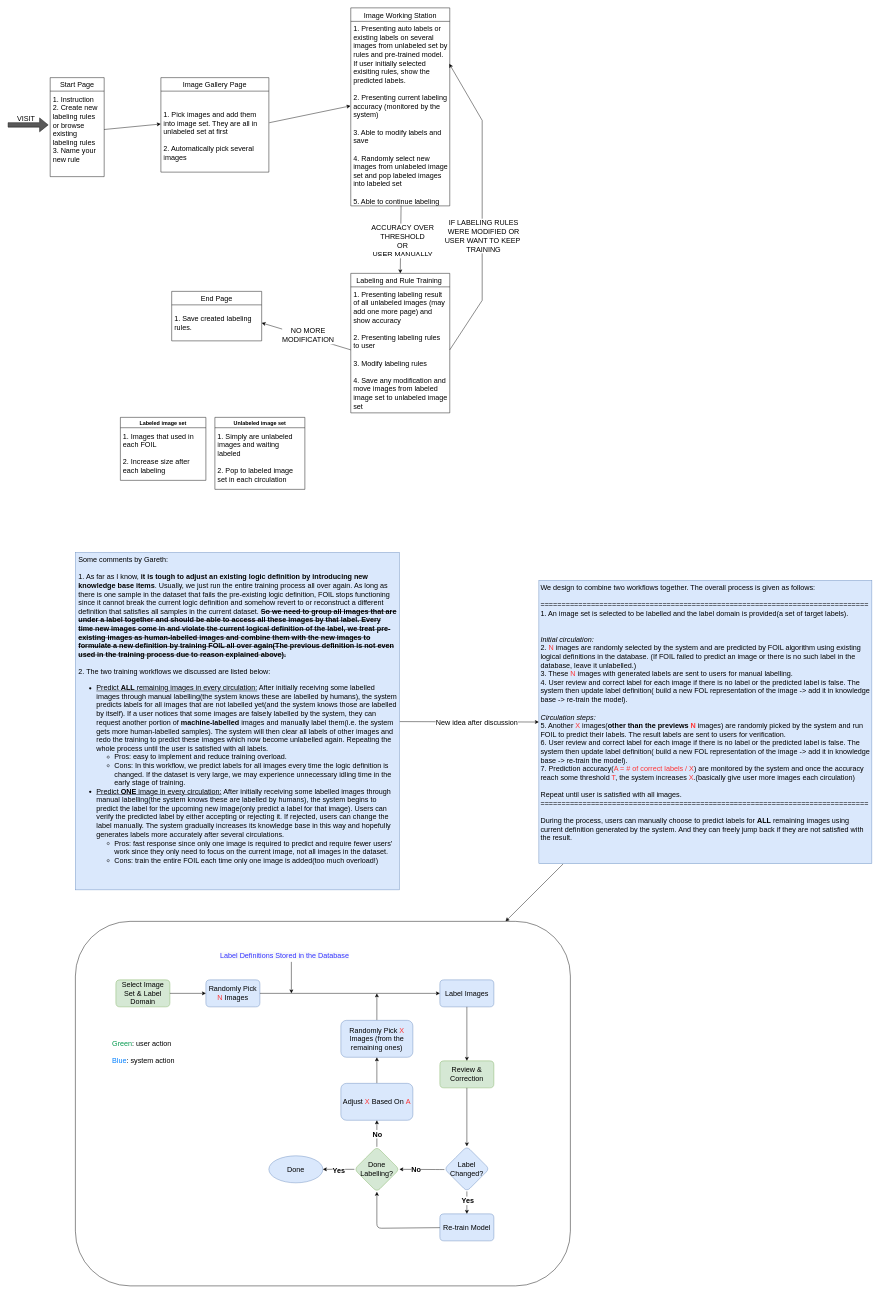
Before: page "Scratch" (5 of 5) of architecture.drawio in Neural-Symbolic-Image-Labeling/NSILWeb, a draw.io diagram. Source tidied: cells renumbered, new cells numbered last; positions are measured from the earlier drawing's top-left corner, leaving out a move shared by most shapes. Both pictures are drawn from the tidied source at 45%, with x=0, y=0 at pixel (8, 8).
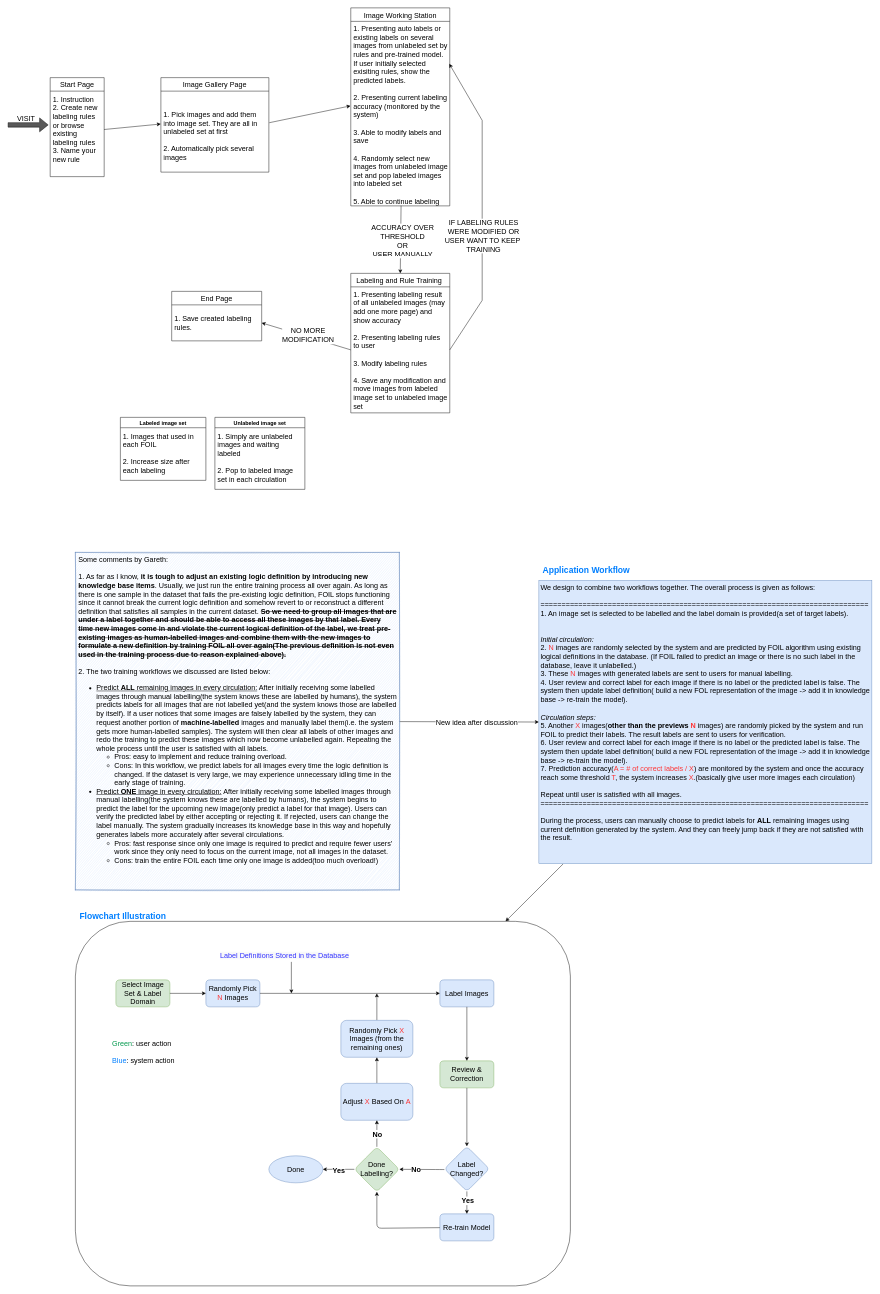
The same page after the edit.

Change to the diagram source:
```diff
@@
-    <mxCell id="30" value="&lt;div style=&quot;font-size: 16px&quot;&gt;&lt;font style=&quot;font-size: 16px&quot;&gt;Some comments by Gareth:&lt;/font&gt;&lt;/div&gt;&lt;div style=&quot;font-size: 16px&quot;&gt;&lt;font style=&quot;font-size: 16px&quot;&gt;&lt;br&gt;&lt;/font&gt;&lt;/div&gt;&lt;div style=&quot;font-size: 16px&quot;&gt;&lt;font style=&quot;font-size: 16px&quot;&gt;1. As far as I know, &lt;b&gt;it is tough to adjust an existing logic definition by introducing new knowledge base items&lt;/b&gt;. Usually, we just run the entire training process all over again. As long as there is one sample in the dataset that fails the pre-existing logic definition, FOIL stops functioning since it cannot break the current logic definition and somehow revert to or reconstruct a different definition that satisfies all samples in the current dataset. &lt;b&gt;&lt;strike&gt;So we need to group all images that are under a label together and should be able to access all these images by that label. Every time new images come in and violate the current logical definition of the label, we treat pre-existing images as human-labelled images and combine them with the new images to formulate a new definition by training FOIL all over again(The previous definition is not even used in the training process due to reason explained above). &lt;/strike&gt;&lt;br&gt;&lt;/b&gt;&lt;/font&gt;&lt;/div&gt;&lt;div style=&quot;font-size: 16px&quot;&gt;&lt;font style=&quot;font-size: 16px&quot;&gt;&lt;br&gt;&lt;/font&gt;&lt;/div&gt;&lt;div style=&quot;font-size: 16px&quot;&gt;&lt;font style=&quot;font-size: 16px&quot;&gt;2. The two training workflows we discussed are listed below:&lt;/font&gt;&lt;/div&gt;&lt;div style=&quot;font-size: 16px&quot;&gt;&lt;ul&gt;&lt;li&gt;&lt;font style=&quot;font-size: 16px&quot;&gt;&lt;u&gt;Predict &lt;b&gt;ALL&lt;/b&gt; remaining images in every circulation:&lt;/u&gt; After initially receiving  some labelled images through manual labelling(the system knows these are labelled by humans), the system predicts labels for all images that are not labelled yet(and the system knows those are labelled by itself). If a user notices that some images are falsely labelled by the system, they can request another portion of &lt;b&gt;machine-labelled&lt;/b&gt; images and manually label them(i.e. the system gets more human-labelled samples). The system will then clear all labels of other images and redo the training to predict these images which now become unlabelled again. Repeating the whole process until the user is satisfied with all labels. &lt;br&gt;&lt;/font&gt;&lt;/li&gt;&lt;ul&gt;&lt;li&gt;&lt;font style=&quot;font-size: 16px&quot;&gt;Pros: easy to implement and reduce training overload.&lt;br&gt;&lt;/font&gt;&lt;/li&gt;&lt;li&gt;&lt;font style=&quot;font-size: 16px&quot;&gt;Cons: In this workflow, we predict labels for all images every time the logic definition is changed. If the dataset is very large, we may experience unnecessary idling time in the early stage of training.&amp;nbsp;&lt;/font&gt;&lt;/li&gt;&lt;/ul&gt;&lt;li&gt;&lt;font style=&quot;font-size: 16px&quot;&gt;&lt;u&gt;Predict &lt;b&gt;ONE&lt;/b&gt; image in every circulation:&lt;/u&gt; After initially receiving  some labelled images through manual labelling(the system knows these are labelled by humans), the system begins to predict the label for the upcoming new image(only predict a label for that image). Users can verify the predicted label by either accepting or rejecting it. If rejected, users can change the label manually. The system gradually increases its knowledge base in this way and hopefully generates labels more accurately after several circulations.&lt;/font&gt;&lt;/li&gt;&lt;ul&gt;&lt;li&gt;&lt;font style=&quot;font-size: 16px&quot;&gt;Pros: fast response since only one image is required to predict and require fewer users' work since they only need to focus on the current image, not all images in the dataset. &lt;br&gt;&lt;/font&gt;&lt;/li&gt;&lt;li&gt;&lt;font style=&quot;font-size: 16px&quot;&gt;Cons: train the entire FOIL each time only one image is added(too much overload!)&lt;br&gt;&lt;/font&gt;&lt;/li&gt;&lt;/ul&gt;&lt;/ul&gt;&lt;/div&gt;" style="rounded=0;whiteSpace=wrap;html=1;fillColor=#dae8fc;strokeColor=#6c8ebf;align=left;verticalAlign=top;labelPosition=center;verticalLabelPosition=middle;spacingLeft=5;spacingRight=5;" parent="1" vertex="1">
+    <mxCell id="30" value="&lt;div style=&quot;font-size: 16px&quot;&gt;&lt;font style=&quot;font-size: 16px&quot;&gt;Some comments by Gareth:&lt;/font&gt;&lt;/div&gt;&lt;div style=&quot;font-size: 16px&quot;&gt;&lt;font style=&quot;font-size: 16px&quot;&gt;&lt;br&gt;&lt;/font&gt;&lt;/div&gt;&lt;div style=&quot;font-size: 16px&quot;&gt;&lt;font style=&quot;font-size: 16px&quot;&gt;1. As far as I know, &lt;b&gt;it is tough to adjust an existing logic definition by introducing new knowledge base items&lt;/b&gt;. Usually, we just run the entire training process all over again. As long as there is one sample in the dataset that fails the pre-existing logic definition, FOIL stops functioning since it cannot break the current logic definition and somehow revert to or reconstruct a different definition that satisfies all samples in the current dataset. &lt;b&gt;&lt;strike&gt;So we need to group all images that are under a label together and should be able to access all these images by that label. Every time new images come in and violate the current logical definition of the label, we treat pre-existing images as human-labelled images and combine them with the new images to formulate a new definition by training FOIL all over again(The previous definition is not even used in the training process due to reason explained above). &lt;/strike&gt;&lt;br&gt;&lt;/b&gt;&lt;/font&gt;&lt;/div&gt;&lt;div style=&quot;font-size: 16px&quot;&gt;&lt;font style=&quot;font-size: 16px&quot;&gt;&lt;br&gt;&lt;/font&gt;&lt;/div&gt;&lt;div style=&quot;font-size: 16px&quot;&gt;&lt;font style=&quot;font-size: 16px&quot;&gt;2. The two training workflows we discussed are listed below:&lt;/font&gt;&lt;/div&gt;&lt;div style=&quot;font-size: 16px&quot;&gt;&lt;ul&gt;&lt;li&gt;&lt;font style=&quot;font-size: 16px&quot;&gt;&lt;u&gt;Predict &lt;b&gt;ALL&lt;/b&gt; remaining images in every circulation:&lt;/u&gt; After initially receiving  some labelled images through manual labelling(the system knows these are labelled by humans), the system predicts labels for all images that are not labelled yet(and the system knows those are labelled by itself). If a user notices that some images are falsely labelled by the system, they can request another portion of &lt;b&gt;machine-labelled&lt;/b&gt; images and manually label them(i.e. the system gets more human-labelled samples). The system will then clear all labels of other images and redo the training to predict these images which now become unlabelled again. Repeating the whole process until the user is satisfied with all labels. &lt;br&gt;&lt;/font&gt;&lt;/li&gt;&lt;ul&gt;&lt;li&gt;&lt;font style=&quot;font-size: 16px&quot;&gt;Pros: easy to implement and reduce training overload.&lt;br&gt;&lt;/font&gt;&lt;/li&gt;&lt;li&gt;&lt;font style=&quot;font-size: 16px&quot;&gt;Cons: In this workflow, we predict labels for all images every time the logic definition is changed. If the dataset is very large, we may experience unnecessary idling time in the early stage of training.&amp;nbsp;&lt;/font&gt;&lt;/li&gt;&lt;/ul&gt;&lt;li&gt;&lt;font style=&quot;font-size: 16px&quot;&gt;&lt;u&gt;Predict &lt;b&gt;ONE&lt;/b&gt; image in every circulation:&lt;/u&gt; After initially receiving  some labelled images through manual labelling(the system knows these are labelled by humans), the system begins to predict the label for the upcoming new image(only predict a label for that image). Users can verify the predicted label by either accepting or rejecting it. If rejected, users can change the label manually. The system gradually increases its knowledge base in this way and hopefully generates labels more accurately after several circulations.&lt;/font&gt;&lt;/li&gt;&lt;ul&gt;&lt;li&gt;&lt;font style=&quot;font-size: 16px&quot;&gt;Pros: fast response since only one image is required to predict and require fewer users' work since they only need to focus on the current image, not all images in the dataset. &lt;br&gt;&lt;/font&gt;&lt;/li&gt;&lt;li&gt;&lt;font style=&quot;font-size: 16px&quot;&gt;Cons: train the entire FOIL each time only one image is added(too much overload!)&lt;br&gt;&lt;/font&gt;&lt;/li&gt;&lt;/ul&gt;&lt;/ul&gt;&lt;/div&gt;" style="rounded=0;whiteSpace=wrap;html=1;fillColor=#dae8fc;strokeColor=#6c8ebf;align=left;verticalAlign=top;labelPosition=center;verticalLabelPosition=middle;spacingLeft=5;spacingRight=5;sketch=1;" parent="1" vertex="1">
       <mxGeometry x="150" y="1210" width="720" height="750" as="geometry" />
     </mxCell>
@@
+    <mxCell id="63" value="&lt;font style=&quot;font-size: 19px&quot; color=&quot;#007fff&quot;&gt;&lt;b&gt;Application Workflow&lt;/b&gt;&lt;/font&gt;" style="text;html=1;align=center;verticalAlign=middle;strokeColor=none;fillColor=none;" parent="1" vertex="1">
+      <mxGeometry x="1180" y="1240" width="210" height="20" as="geometry" />
+    </mxCell>
+    <mxCell id="64" value="&lt;font style=&quot;font-size: 19px&quot; color=&quot;#007fff&quot;&gt;&lt;b&gt;Flowchart I&lt;/b&gt;&lt;/font&gt;&lt;font color=&quot;#007fff&quot;&gt;&lt;span style=&quot;font-size: 19px&quot;&gt;&lt;b&gt;llustration&lt;/b&gt;&lt;/span&gt;&lt;/font&gt;" style="text;html=1;align=center;verticalAlign=middle;strokeColor=none;fillColor=none;" parent="1" vertex="1">
+      <mxGeometry x="150" y="2010" width="210" height="20" as="geometry" />
+    </mxCell>
```
